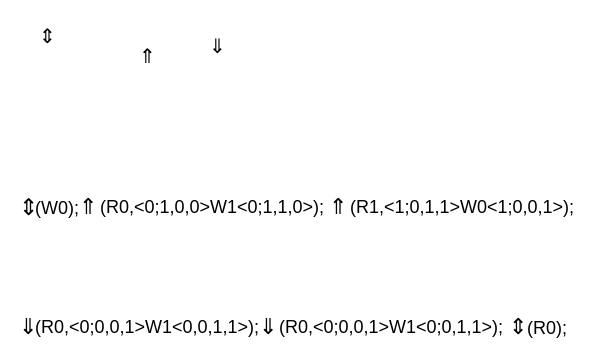
shanshan-lu/homwork keeps this draw.io diagram as doc/March C-.drawio. Above is the earlier version. Source tidied: cells renumbered, new cells numbered last; positions are measured from the earlier drawing's top-left corner, leaving out a move shared by most shapes. Both pictures are drawn from the tidied source at 100%, with x=0, y=0 at pixel (17, 17).
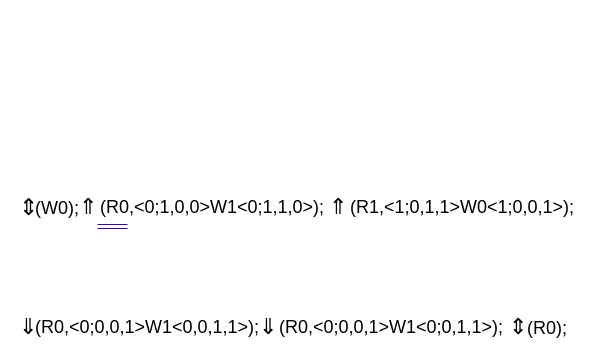
The same diagram, later.

Change to the diagram source:
```diff
@@
 <mxGraphModel>
   <root>
     <mxCell id="0" />
     <mxCell id="1" parent="0" />
-    <mxCell id="2" value="&lt;font style=&quot;font-size: 20px;&quot;&gt;⇕&lt;/font&gt;" style="text;whiteSpace=wrap;html=1;" parent="1" vertex="1">
-      <mxGeometry x="20" width="20" height="30" as="geometry" />
-    </mxCell>
-    <mxCell id="3" value="⇑" style="text;whiteSpace=wrap;html=1;fontSize=20;" parent="1" vertex="1">
-      <mxGeometry x="120" y="20" width="50" height="50" as="geometry" />
-    </mxCell>
     <mxCell id="4" value="&lt;font style=&quot;font-size: 22px;&quot;&gt;⇓&lt;/font&gt;" style="text;whiteSpace=wrap;html=1;fontSize=20;" parent="1" vertex="1">
       <mxGeometry y="290" width="20" height="40" as="geometry" />
     </mxCell>
     <mxCell id="5" value="&lt;font style=&quot;font-size: 23px;&quot;&gt;⇕&lt;/font&gt;" style="text;whiteSpace=wrap;html=1;" parent="1" vertex="1">
       <mxGeometry y="170" width="20" height="40" as="geometry" />
     </mxCell>
     <mxCell id="6" value="&lt;font style=&quot;font-size: 18px;&quot;&gt;(W0);&lt;/font&gt;" style="text;html=1;strokeColor=none;fillColor=none;align=center;verticalAlign=middle;whiteSpace=wrap;rounded=0;fontSize=20;" parent="1" vertex="1">
       <mxGeometry x="10" y="170" width="60" height="40" as="geometry" />
     </mxCell>
     <mxCell id="7" value="&lt;font style=&quot;font-size: 22px;&quot;&gt;⇑&lt;/font&gt;" style="text;whiteSpace=wrap;html=1;fontSize=20;" parent="1" vertex="1">
       <mxGeometry x="60" y="170" width="20" height="40" as="geometry" />
     </mxCell>
     <mxCell id="8" value="(R0,&amp;lt;0;1,0,0&amp;gt;W1&amp;lt;0;1,1,0&amp;gt;);" style="text;html=1;strokeColor=none;fillColor=none;align=center;verticalAlign=middle;whiteSpace=wrap;rounded=0;fontSize=18;" parent="1" vertex="1">
       <mxGeometry x="80" y="170" width="230" height="40" as="geometry" />
     </mxCell>
-    <mxCell id="9" value="⇓" style="text;whiteSpace=wrap;html=1;fontSize=20;" parent="1" vertex="1">
-      <mxGeometry x="190" y="10" width="20" height="30" as="geometry" />
-    </mxCell>
     <mxCell id="10" value="(R0,&amp;lt;0;0,0,1&amp;gt;W1&amp;lt;0,0,1,1&amp;gt;);" style="text;html=1;strokeColor=none;fillColor=none;align=center;verticalAlign=middle;whiteSpace=wrap;rounded=0;fontSize=18;" parent="1" vertex="1">
       <mxGeometry x="10" y="290" width="240" height="40" as="geometry" />
     </mxCell>
     <mxCell id="11" value="&lt;font style=&quot;font-size: 22px;&quot;&gt;⇑&lt;/font&gt;" style="text;whiteSpace=wrap;html=1;fontSize=20;" parent="1" vertex="1">
       <mxGeometry x="310" y="170" width="20" height="40" as="geometry" />
     </mxCell>
     <mxCell id="12" value="(R1,&amp;lt;1;0,1,1&amp;gt;W0&amp;lt;1;0,0,1&amp;gt;);" style="text;html=1;strokeColor=none;fillColor=none;align=center;verticalAlign=middle;whiteSpace=wrap;rounded=0;fontSize=18;" parent="1" vertex="1">
       <mxGeometry x="330" y="170" width="230" height="40" as="geometry" />
     </mxCell>
     <mxCell id="13" value="&lt;font style=&quot;font-size: 22px;&quot;&gt;⇓&lt;/font&gt;" style="text;whiteSpace=wrap;html=1;fontSize=20;" parent="1" vertex="1">
       <mxGeometry x="240" y="290" width="20" height="40" as="geometry" />
     </mxCell>
     <mxCell id="14" value="(R0,&amp;lt;0;0,0,1&amp;gt;W1&amp;lt;0;0,1,1&amp;gt;);" style="text;html=1;strokeColor=none;fillColor=none;align=center;verticalAlign=middle;whiteSpace=wrap;rounded=0;fontSize=18;" parent="1" vertex="1">
       <mxGeometry x="259" y="290" width="230" height="40" as="geometry" />
     </mxCell>
     <mxCell id="15" value="&lt;font style=&quot;font-size: 22px;&quot;&gt;⇕&lt;/font&gt;" style="text;whiteSpace=wrap;html=1;" parent="1" vertex="1">
       <mxGeometry x="490" y="290" width="20" height="40" as="geometry" />
     </mxCell>
     <mxCell id="16" value="&lt;font style=&quot;font-size: 18px;&quot;&gt;(R0);&lt;/font&gt;" style="text;html=1;strokeColor=none;fillColor=none;align=center;verticalAlign=middle;whiteSpace=wrap;rounded=0;fontSize=20;" parent="1" vertex="1">
       <mxGeometry x="500" y="290" width="60" height="40" as="geometry" />
     </mxCell>
+    <mxCell id="17" style="endArrow=none;html=1;rounded=0;fontSize=22;fillColor=#6a00ff;strokeColor=#3700CC;shape=link;" parent="1" edge="1">
+      <mxGeometry relative="1" as="geometry">
+        <mxPoint x="80" y="209" as="sourcePoint" />
+        <mxPoint x="110" y="209" as="targetPoint" />
+      </mxGeometry>
+    </mxCell>
   </root>
 </mxGraphModel>
```
